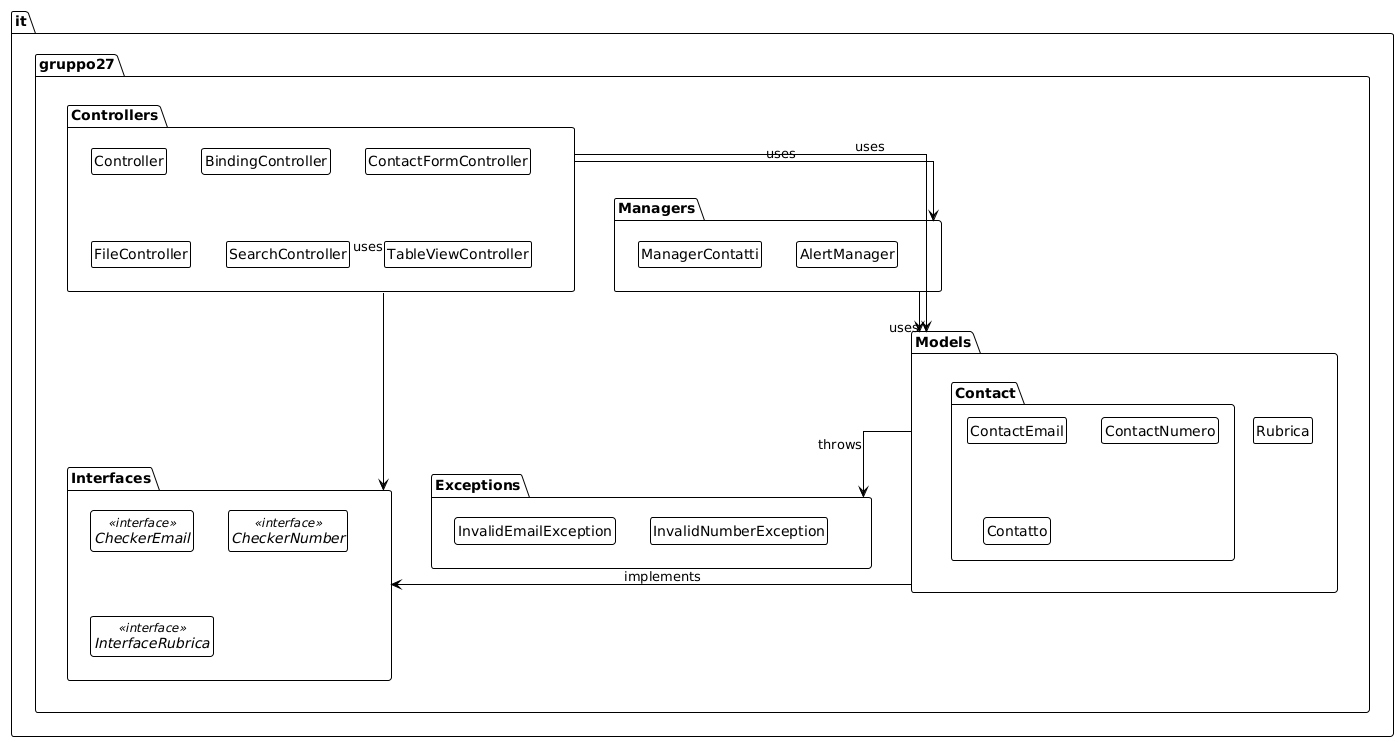
Mnaim03/Contact-List keeps this PlantUML diagram as Documentazione e Consegne/Design/Package Diagram/Package Diagram UML.png. Above is the earlier version.
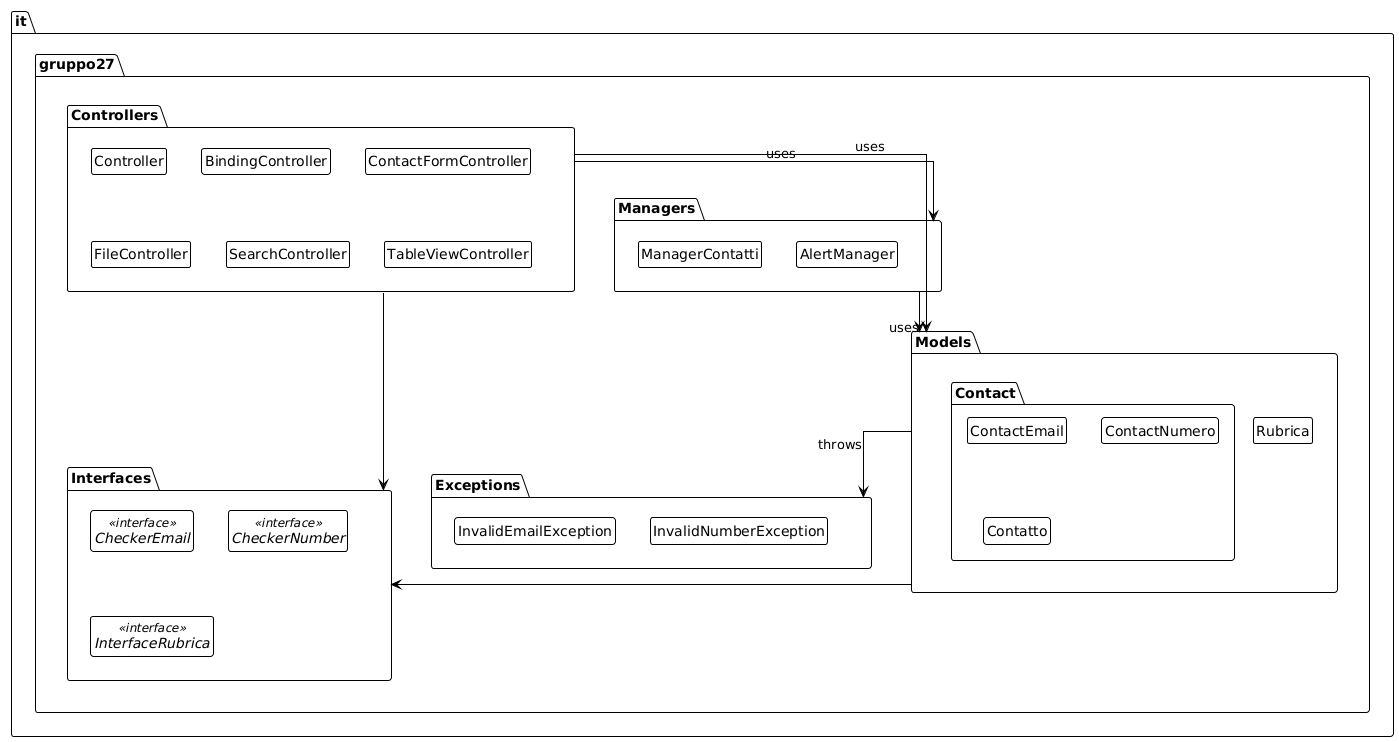
After the commit.

What changed in the source:
```diff
@@ -43,8 +43,8 @@
 
 it.gruppo27.Controllers --> it.gruppo27.Models : uses
 it.gruppo27.Controllers --> it.gruppo27.Managers : uses
-it.gruppo27.Controllers --> it.gruppo27.Interfaces : uses
-it.gruppo27.Models --> it.gruppo27.Interfaces : implements
+it.gruppo27.Controllers --> it.gruppo27.Interfaces
+it.gruppo27.Models --> it.gruppo27.Interfaces
 it.gruppo27.Models --> it.gruppo27.Exceptions : throws
 it.gruppo27.Managers --> it.gruppo27.Models : uses
 @enduml
```
